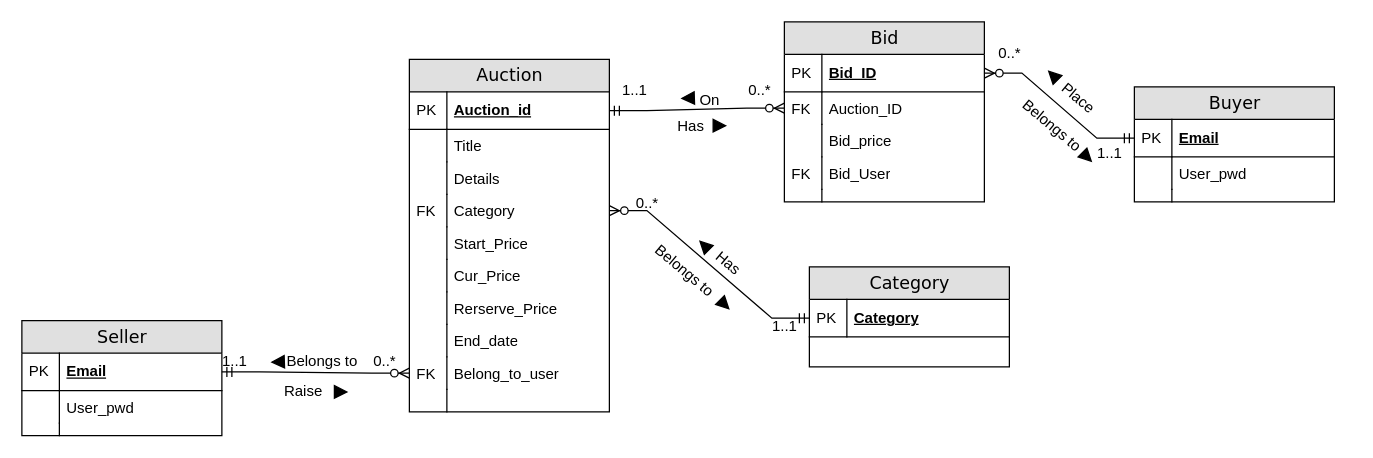
Earlier version of the draw.io diagram Untitled Diagram.drawio (Melo-Melon/git_file). Source tidied: cells renumbered, new cells numbered last; positions are measured from the earlier drawing's top-left corner, leaving out a move shared by most shapes. Both pictures are drawn from the tidied source at 125%, with x=0, y=0 at pixel (21, -18).
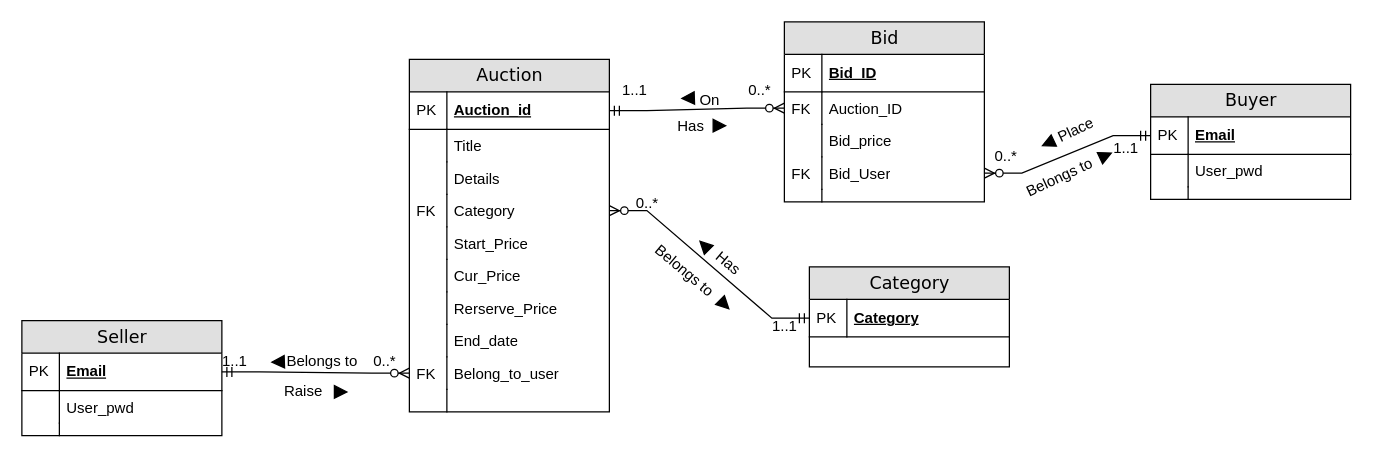
After the change.

Unchanged cells that the change refers to:
```xml
<mxCell id="24" value="Bid_ID" style="shape=partialRectangle;top=0;left=0;right=0;bottom=1;html=1;align=left;verticalAlign=middle;fillColor=none;spacingLeft=34;spacingRight=4;whiteSpace=wrap;overflow=hidden;points=[[0,0.5],[1,0.5]];portConstraint=eastwest;fontStyle=5;" parent="23" vertex="1">
  <mxGeometry y="26" width="160" height="30" as="geometry" />
</mxCell>
<mxCell id="30" value="Bid_User" style="shape=partialRectangle;top=0;left=0;right=0;bottom=0;html=1;align=left;verticalAlign=top;fillColor=none;spacingLeft=34;spacingRight=4;whiteSpace=wrap;overflow=hidden;points=[[0,0.5],[1,0.5]];portConstraint=eastwest;" parent="23" vertex="1">
  <mxGeometry y="108" width="160" height="26" as="geometry" />
</mxCell>
<mxCell id="35" value="Email" style="shape=partialRectangle;top=0;left=0;right=0;bottom=1;html=1;align=left;verticalAlign=middle;fillColor=none;spacingLeft=34;spacingRight=4;whiteSpace=wrap;overflow=hidden;points=[[0,0.5],[1,0.5]];portConstraint=eastwest;fontStyle=5;" parent="34" vertex="1">
  <mxGeometry y="26" width="160" height="30" as="geometry" />
</mxCell>
```

The edit, as a diff of the source:
```diff
@@
     <mxCell id="34" value="Buyer" style="swimlane;html=1;fontStyle=0;horizontal=1;startSize=26;fillColor=#e0e0e0;swimlaneFillColor=#ffffff;align=center;rounded=0;shadow=0;comic=0;labelBackgroundColor=none;strokeWidth=1;fontFamily=Verdana;fontSize=14;" parent="1" vertex="1">
-      <mxGeometry x="890" y="83" width="160" height="92" as="geometry" />
+      <mxGeometry x="903" y="81" width="160" height="92" as="geometry" />
     </mxCell>
@@
-    <mxCell id="60" style="edgeStyle=entityRelationEdgeStyle;fontSize=12;html=1;endArrow=ERzeroToMany;startArrow=ERmandOne;rounded=0;exitX=0;exitY=0.5;exitDx=0;exitDy=0;" parent="1" edge="1" source="35" target="24">
+    <mxCell id="60" style="edgeStyle=entityRelationEdgeStyle;fontSize=12;html=1;endArrow=ERzeroToMany;startArrow=ERmandOne;rounded=0;exitX=0;exitY=0.5;exitDx=0;exitDy=0;" parent="1" edge="1" source="35" target="30">
       <mxGeometry relative="1" as="geometry">
         <Array as="points">
           <mxPoint x="810" y="250" />
+          <mxPoint x="742" y="159" />
         </Array>
       </mxGeometry>
     </mxCell>
     <mxCell id="61" value="0..*" style="text;html=1;align=center;verticalAlign=middle;strokeColor=none;fillColor=none;" parent="1" vertex="1">
-      <mxGeometry x="770" y="41" width="40" height="30" as="geometry" />
+      <mxGeometry x="767" y="124" width="40" height="30" as="geometry" />
     </mxCell>
     <mxCell id="62" value="1..1" style="text;html=1;align=center;verticalAlign=middle;strokeColor=none;fillColor=none;" parent="1" vertex="1">
-      <mxGeometry x="850" y="121" width="40" height="30" as="geometry" />
+      <mxGeometry x="863" y="117" width="40" height="30" as="geometry" />
     </mxCell>
@@
-    <mxCell id="75" value="Place" style="text;html=1;align=center;verticalAlign=middle;strokeColor=none;fillColor=none;rotation=40;" parent="1" vertex="1">
-      <mxGeometry x="820" y="77" width="50" height="30" as="geometry" />
+    <mxCell id="75" value="Place" style="text;html=1;align=center;verticalAlign=middle;strokeColor=none;fillColor=none;rotation=-25;" parent="1" vertex="1">
+      <mxGeometry x="818" y="103" width="50" height="30" as="geometry" />
     </mxCell>
-    <mxCell id="76" style="triangle;whiteSpace=wrap;html=1;fillColor=#000000;rotation=-135;" parent="1" vertex="1">
-      <mxGeometry x="820" y="69" width="10" height="10" as="geometry" />
+    <mxCell id="76" style="triangle;whiteSpace=wrap;html=1;fillColor=#000000;rotation=-205;" parent="1" vertex="1">
+      <mxGeometry x="816" y="123" width="10" height="10" as="geometry" />
     </mxCell>
-    <mxCell id="77" style="triangle;whiteSpace=wrap;html=1;fillColor=#000000;rotation=45;" parent="1" vertex="1">
-      <mxGeometry x="847" y="134" width="10" height="10" as="geometry" />
+    <mxCell id="77" style="triangle;whiteSpace=wrap;html=1;fillColor=#000000;rotation=-25;" parent="1" vertex="1">
+      <mxGeometry x="862" y="133" width="10" height="10" as="geometry" />
     </mxCell>
-    <mxCell id="78" value="Belongs to" style="text;html=1;align=center;verticalAlign=middle;strokeColor=none;fillColor=none;rotation=40;" parent="1" vertex="1">
-      <mxGeometry x="784" y="99" width="80" height="30" as="geometry" />
+    <mxCell id="78" value="Belongs to" style="text;html=1;align=center;verticalAlign=middle;strokeColor=none;fillColor=none;rotation=-25;" parent="1" vertex="1">
+      <mxGeometry x="790" y="141" width="80" height="30" as="geometry" />
     </mxCell>
```
